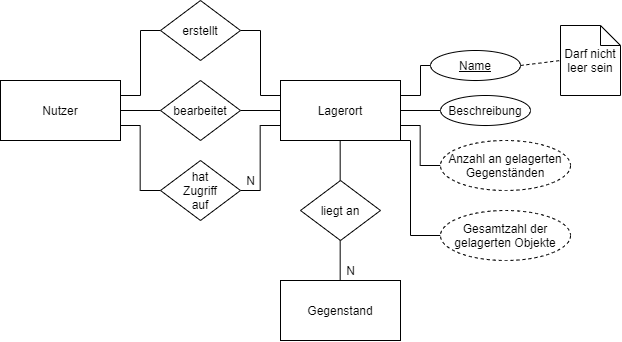
TINF18B5/SWE_TINF18B5_Timo_Klenk keeps this draw.io diagram as ArchitekturEntwurf Material/ERM_Sicht_F03.png. Above is the earlier version. Source tidied: cells renumbered, new cells last; positions are measured from the earlier drawing's top-left corner, leaving out a move shared by most shapes.
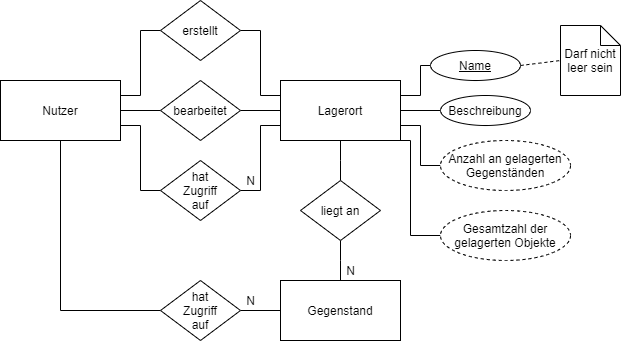
After the change.

The edit, as a diff of the source:
```diff
@@ -87,5 +87,17 @@
     <mxCell id="28" value="N" style="text;html=1;align=center;verticalAlign=middle;" parent="1" vertex="1">
       <mxGeometry x="240" y="170" width="20" height="20" as="geometry" />
     </mxCell>
+    <mxCell id="29" style="edgeStyle=orthogonalEdgeStyle;rounded=0;jettySize=auto;html=1;exitX=1;exitY=0.5;exitDx=0;exitDy=0;entryX=0;entryY=0.5;entryDx=0;entryDy=0;endArrow=none;endFill=0;" parent="1" edge="1" source="31" target="19">
+      <mxGeometry relative="1" as="geometry" />
+    </mxCell>
+    <mxCell id="30" style="edgeStyle=orthogonalEdgeStyle;rounded=0;jettySize=auto;html=1;exitX=0;exitY=0.5;exitDx=0;exitDy=0;entryX=0.5;entryY=1;entryDx=0;entryDy=0;endArrow=none;endFill=0;" parent="1" edge="1" source="31" target="5">
+      <mxGeometry relative="1" as="geometry" />
+    </mxCell>
+    <mxCell id="31" value="hat&lt;br&gt;Zugriff&lt;br&gt;auf" style="rhombus;whiteSpace=wrap;html=1;" parent="1" vertex="1">
+      <mxGeometry x="160" y="280" width="80" height="60" as="geometry" />
+    </mxCell>
+    <mxCell id="32" value="N" style="text;html=1;align=center;verticalAlign=middle;" parent="1" vertex="1">
+      <mxGeometry x="240" y="290" width="20" height="20" as="geometry" />
+    </mxCell>
   </root>
 </mxGraphModel>
```
